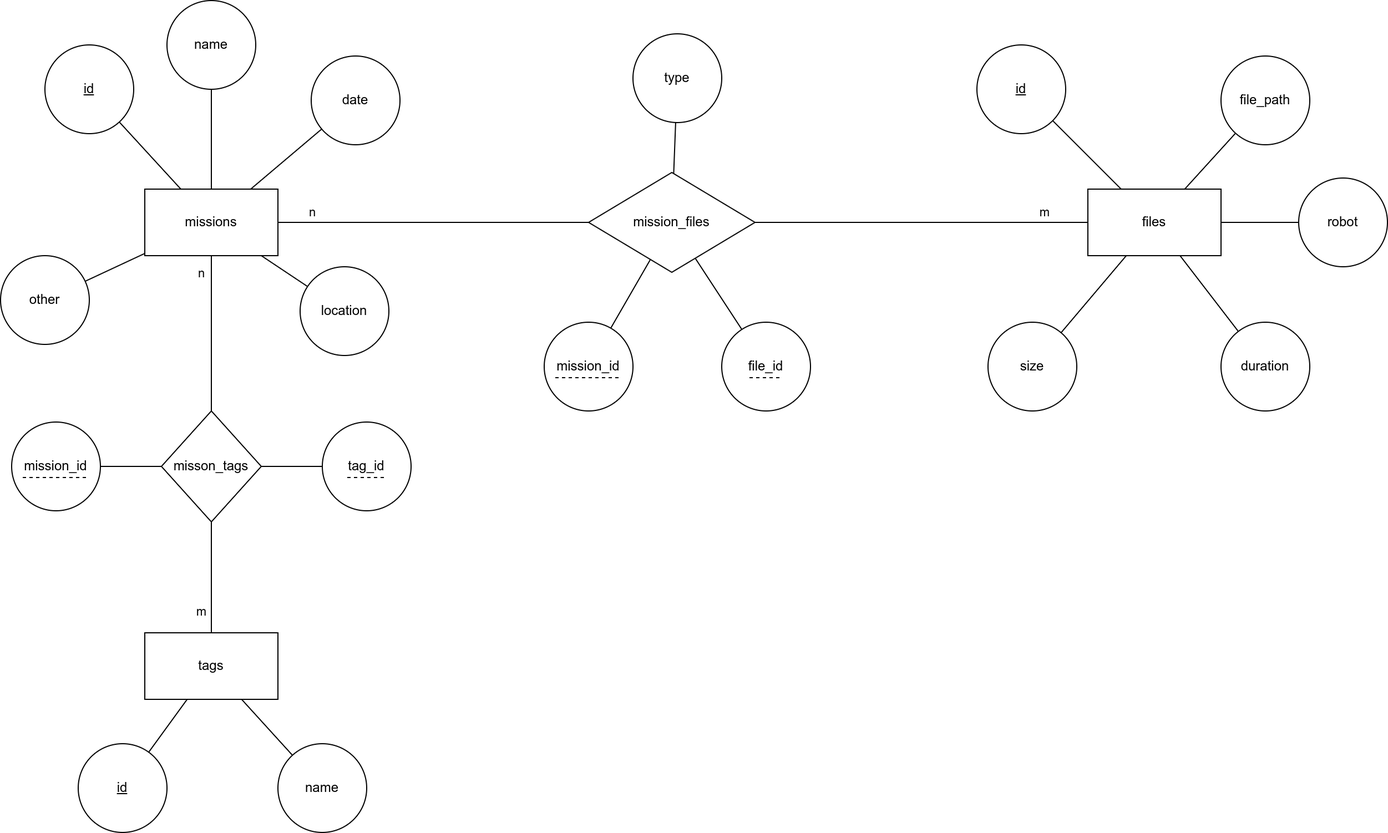
brendel-group/mission_db keeps this draw.io diagram as docs/db_scheme/db_scheme_er_diagram.png. Above is the earlier version. Source tidied: cells renumbered, new cells last; positions are measured from the earlier drawing's top-left corner, leaving out a move shared by most shapes.
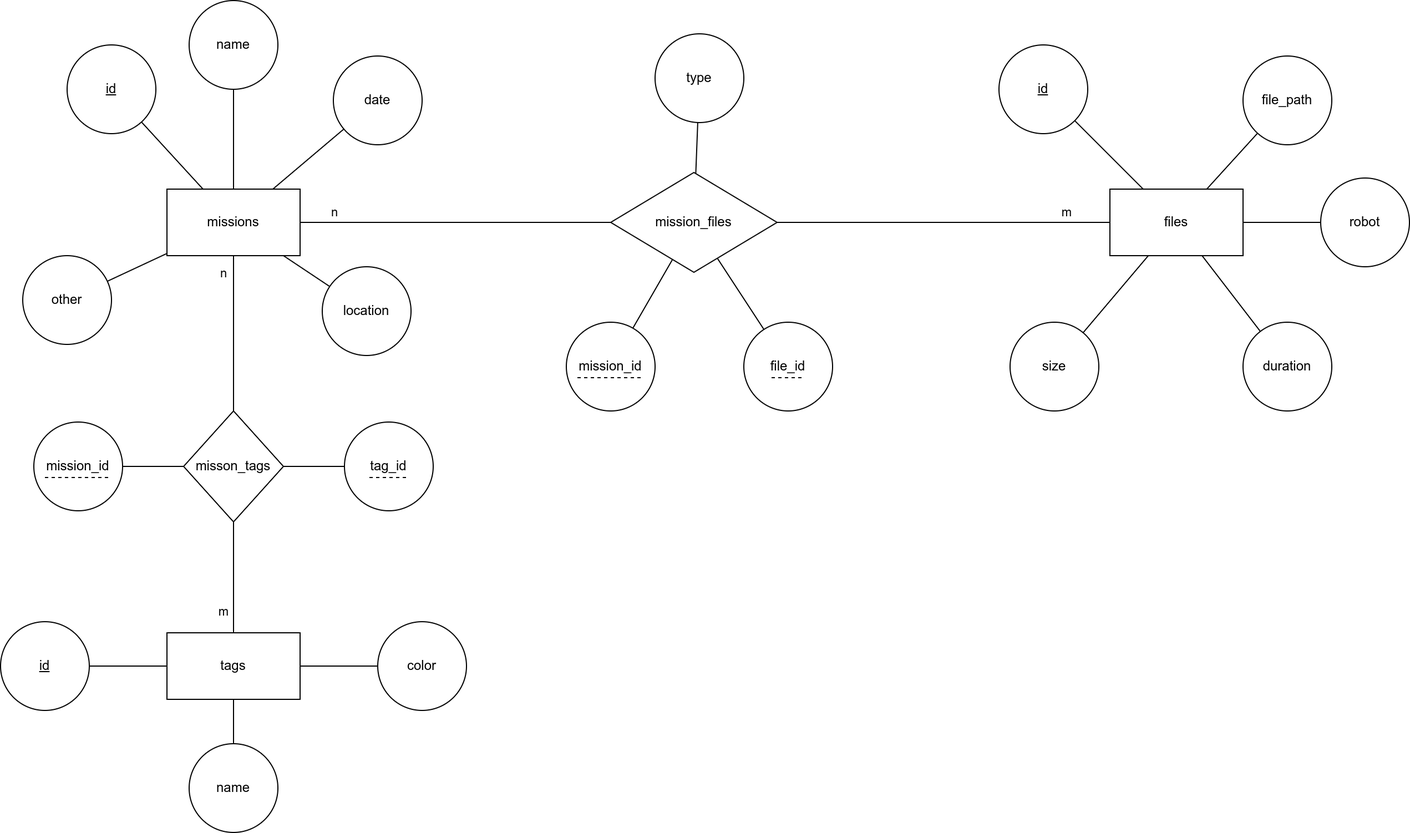
The same file after the commit.

The edit, as a diff of the source:
```diff
@@ -154,14 +154,17 @@
     <mxCell id="47" style="edgeStyle=none;shape=connector;rounded=0;jettySize=auto;html=1;labelBackgroundColor=default;strokeColor=default;align=center;verticalAlign=middle;fontFamily=Helvetica;fontSize=11;fontColor=default;endArrow=none;" parent="1" edge="1" source="48" target="50">
       <mxGeometry relative="1" as="geometry" />
     </mxCell>
+    <mxCell id="57" style="edgeStyle=none;shape=connector;rounded=0;jettySize=auto;html=1;labelBackgroundColor=default;strokeColor=default;align=center;verticalAlign=middle;fontFamily=Helvetica;fontSize=11;fontColor=default;endArrow=none;" parent="1" edge="1" source="48" target="58">
+      <mxGeometry relative="1" as="geometry" />
+    </mxCell>
     <mxCell id="48" value="tags" style="whiteSpace=wrap;html=1;rounded=0;" parent="1" vertex="1">
       <mxGeometry x="130" y="570" width="120" height="60" as="geometry" />
     </mxCell>
     <mxCell id="49" value="&lt;u&gt;id&lt;/u&gt;" style="ellipse;whiteSpace=wrap;html=1;rounded=0;" parent="1" vertex="1">
-      <mxGeometry x="70" y="670" width="80" height="80" as="geometry" />
+      <mxGeometry x="-20" y="560" width="80" height="80" as="geometry" />
     </mxCell>
     <mxCell id="50" value="name" style="ellipse;whiteSpace=wrap;html=1;rounded=0;" parent="1" vertex="1">
-      <mxGeometry x="250" y="670" width="80" height="80" as="geometry" />
+      <mxGeometry x="150" y="670" width="80" height="80" as="geometry" />
     </mxCell>
     <mxCell id="51" style="group;" parent="1" vertex="1">
       <mxGeometry x="10" y="380" width="80" height="80" as="geometry" />
@@ -187,5 +190,8 @@
         <mxPoint x="57.5" y="50" as="targetPoint" />
       </mxGeometry>
     </mxCell>
+    <mxCell id="58" value="color" style="ellipse;whiteSpace=wrap;html=1;rounded=0;" parent="1" vertex="1">
+      <mxGeometry x="320" y="560" width="80" height="80" as="geometry" />
+    </mxCell>
   </root>
 </mxGraphModel>
```
